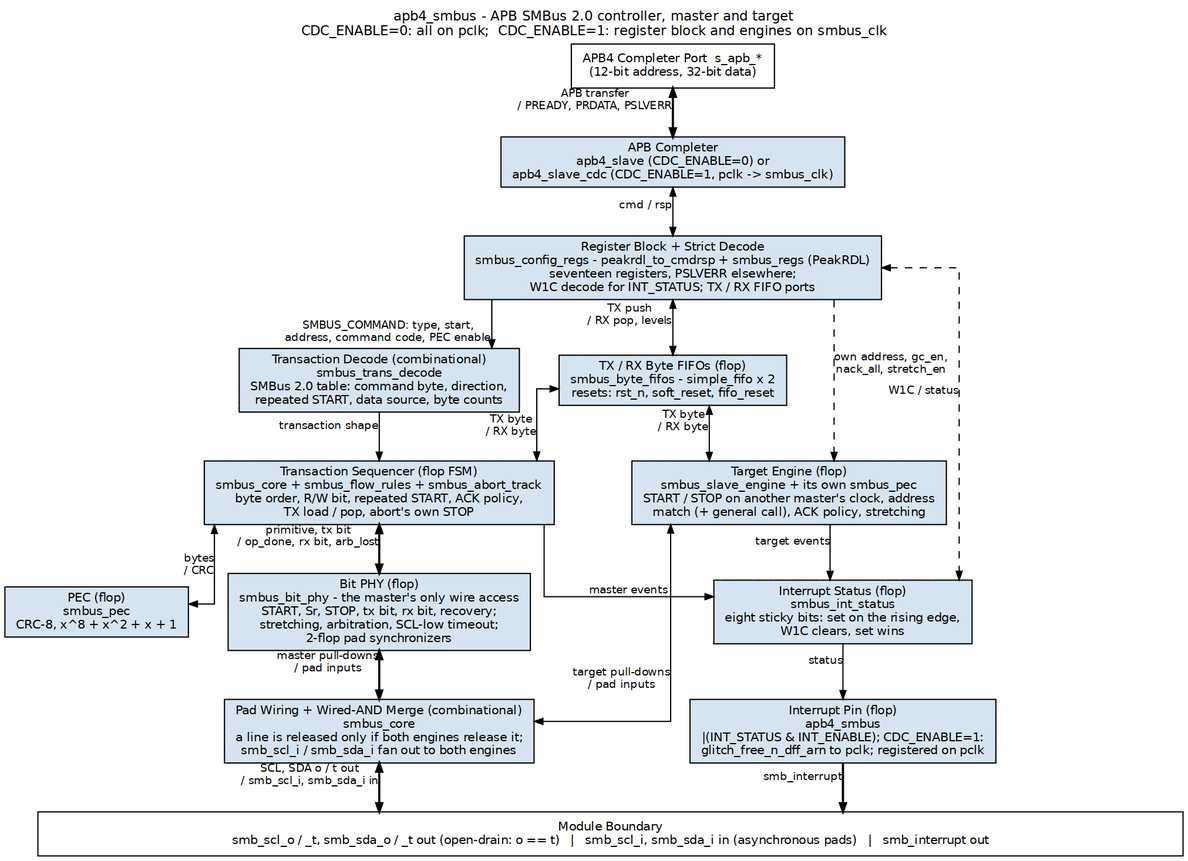
The Graphviz diagram projects/components/legacy-ip/retro_legacy_blocks/docs/smbus_mas/assets/graphviz/smbus_whole_unit.png in sean-galloway/RTLDesignSherpa, before a commit. Its source is kept beside it as projects/components/legacy-ip/retro_legacy_blocks/docs/smbus_mas/assets/graphviz/smbus_whole_unit.dot.
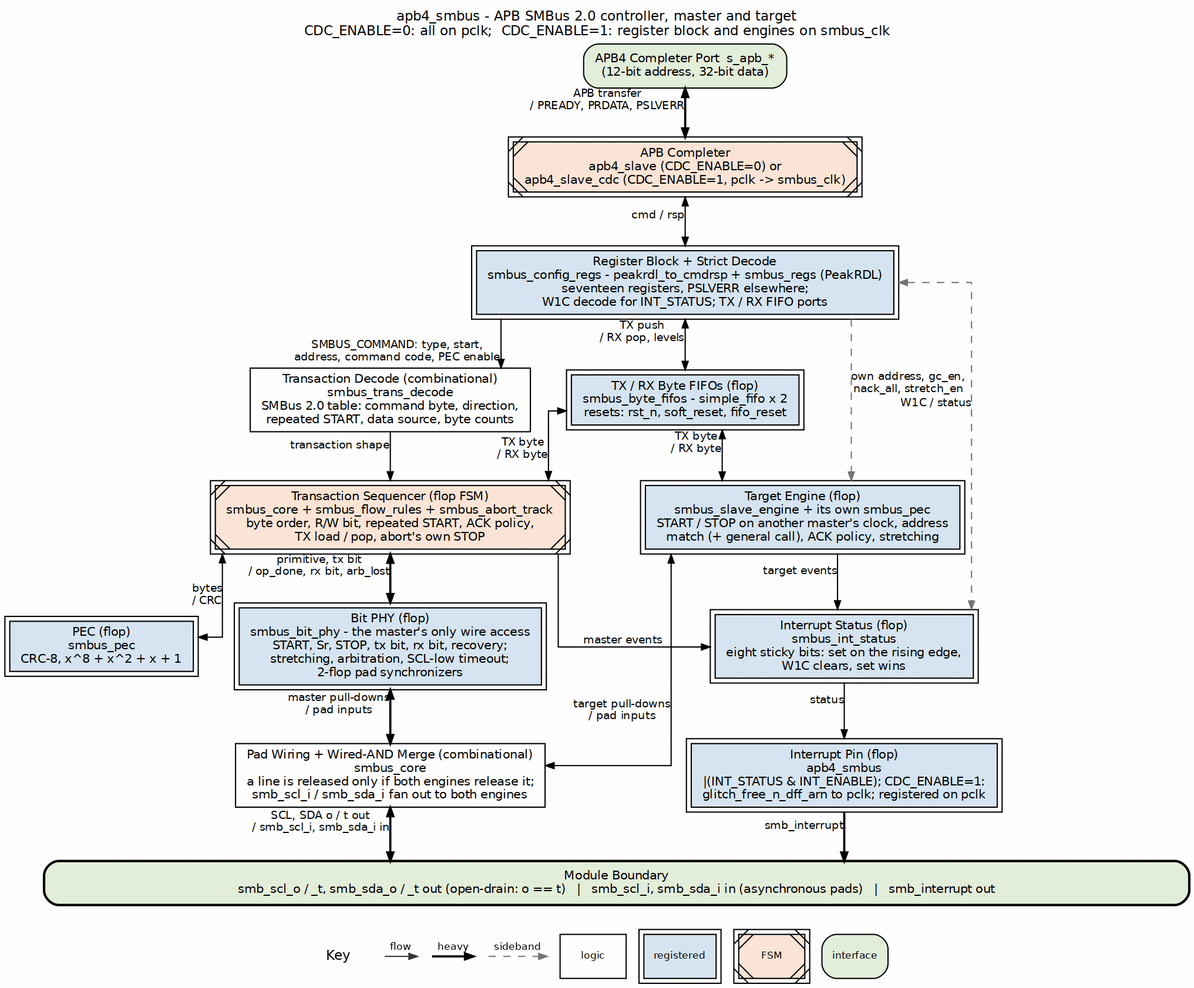
Later version of the same file.

Diff of the diagram source:
```diff
@@ -1,31 +1,31 @@
 digraph smbus_whole_unit {
     graph [rankdir=TB, bgcolor="white", fontname="Helvetica", fontsize=11,
-           nodesep="0.45", ranksep="0.55", splines=ortho, newrank=true,
+           nodesep="0.40", ranksep="0.55", splines=ortho, newrank=true,
            label="apb4_smbus - APB SMBus 2.0 controller, master and target\nCDC_ENABLE=0: all on pclk;  CDC_ENABLE=1: register block and engines on smbus_clk",
            labelloc=t, labeljust=c];
     node  [fontname="Helvetica", fontsize=10, shape=box, style=filled,
-           fillcolor="#D6E4F0", color="black", margin="0.12,0.06"];
+           fillcolor="white", color="black", margin="0.12,0.06"];
     edge  [fontname="Helvetica", fontsize=9, color="black", arrowsize=0.7];
 
-    apb  [group=C, fillcolor="white", label="APB4 Completer Port  s_apb_*\n(12-bit address, 32-bit data)"];
-    slv  [group=C, label="APB Completer\napb4_slave (CDC_ENABLE=0) or\napb4_slave_cdc (CDC_ENABLE=1, pclk -> smbus_clk)"];
-    regs [group=C, label="Register Block + Strict Decode\nsmbus_config_regs - peakrdl_to_cmdrsp + smbus_regs (PeakRDL)\nseventeen registers, PSLVERR elsewhere;\nW1C decode for INT_STATUS; TX / RX FIFO ports"];
+    apb  [group=C, fillcolor="white", label="APB4 Completer Port  s_apb_*\n(12-bit address, 32-bit data)", style="rounded,filled", fillcolor="#E2EFDA"];
+    slv  [group=C, label="APB Completer\napb4_slave (CDC_ENABLE=0) or\napb4_slave_cdc (CDC_ENABLE=1, pclk -> smbus_clk)", peripheries=2, style="filled,diagonals", fillcolor="#FCE4D6"];
+    regs [group=C, label="Register Block + Strict Decode\nsmbus_config_regs - peakrdl_to_cmdrsp + smbus_regs (PeakRDL)\nseventeen registers, PSLVERR elsewhere;\nW1C decode for INT_STATUS; TX / RX FIFO ports", peripheries=2, style="filled", fillcolor="#D6E4F0"];
 
-    tdec [group=L, label="Transaction Decode (combinational)\nsmbus_trans_decode\nSMBus 2.0 table: command byte, direction,\nrepeated START, data source, byte counts"];
-    fifo [group=C, label="TX / RX Byte FIFOs (flop)\nsmbus_byte_fifos - simple_fifo x 2\nresets: rst_n, soft_reset, fifo_reset"];
+    tdec [group=L, label="Transaction Decode (combinational)\nsmbus_trans_decode\nSMBus 2.0 table: command byte, direction,\nrepeated START, data source, byte counts", style="filled", fillcolor="white"];
+    fifo [group=C, label="TX / RX Byte FIFOs (flop)\nsmbus_byte_fifos - simple_fifo x 2\nresets: rst_n, soft_reset, fifo_reset", peripheries=2, style="filled", fillcolor="#D6E4F0"];
 
-    seq  [group=L, label="Transaction Sequencer (flop FSM)\nsmbus_core + smbus_flow_rules + smbus_abort_track\nbyte order, R/W bit, repeated START, ACK policy,\nTX load / pop, abort's own STOP"];
-    tgt  [group=R, label="Target Engine (flop)\nsmbus_slave_engine + its own smbus_pec\nSTART / STOP on another master's clock, address\nmatch (+ general call), ACK policy, stretching"];
+    seq  [group=L, label="Transaction Sequencer (flop FSM)\nsmbus_core + smbus_flow_rules + smbus_abort_track\nbyte order, R/W bit, repeated START, ACK policy,\nTX load / pop, abort's own STOP", peripheries=2, style="filled,diagonals", fillcolor="#FCE4D6"];
+    tgt  [group=R, label="Target Engine (flop)\nsmbus_slave_engine + its own smbus_pec\nSTART / STOP on another master's clock, address\nmatch (+ general call), ACK policy, stretching", peripheries=2, style="filled", fillcolor="#D6E4F0"];
 
-    pec  [group=LL, label="PEC (flop)\nsmbus_pec\nCRC-8, x^8 + x^2 + x + 1"];
-    phy  [group=L, label="Bit PHY (flop)\nsmbus_bit_phy - the master's only wire access\nSTART, Sr, STOP, tx bit, rx bit, recovery;\nstretching, arbitration, SCL-low timeout;\n2-flop pad synchronizers"];
-    ist  [group=RR, label="Interrupt Status (flop)\nsmbus_int_status\neight sticky bits: set on the rising edge,\nW1C clears, set wins"];
+    pec  [group=LL, label="PEC (flop)\nsmbus_pec\nCRC-8, x^8 + x^2 + x + 1", peripheries=2, style="filled", fillcolor="#D6E4F0"];
+    phy  [group=L, label="Bit PHY (flop)\nsmbus_bit_phy - the master's only wire access\nSTART, Sr, STOP, tx bit, rx bit, recovery;\nstretching, arbitration, SCL-low timeout;\n2-flop pad synchronizers", peripheries=2, style="filled", fillcolor="#D6E4F0"];
+    ist  [group=RR, label="Interrupt Status (flop)\nsmbus_int_status\neight sticky bits: set on the rising edge,\nW1C clears, set wins", peripheries=2, style="filled", fillcolor="#D6E4F0"];
 
-    mrg  [group=L, label="Pad Wiring + Wired-AND Merge (combinational)\nsmbus_core\na line is released only if both engines release it;\nsmb_scl_i / smb_sda_i fan out to both engines"];
-    ipin [group=RR, label="Interrupt Pin (flop)\napb4_smbus\n|(INT_STATUS & INT_ENABLE); CDC_ENABLE=1:\nglitch_free_n_dff_arn to pclk; registered on pclk"];
+    mrg  [group=L, label="Pad Wiring + Wired-AND Merge (combinational)\nsmbus_core\na line is released only if both engines release it;\nsmb_scl_i / smb_sda_i fan out to both engines", style="filled", fillcolor="white"];
+    ipin [group=RR, label="Interrupt Pin (flop)\napb4_smbus\n|(INT_STATUS & INT_ENABLE); CDC_ENABLE=1:\nglitch_free_n_dff_arn to pclk; registered on pclk", peripheries=2, style="filled", fillcolor="#D6E4F0"];
 
     bar  [group=C, fillcolor="white", width=13.0,
-          label="Module Boundary\nsmb_scl_o / _t, smb_sda_o / _t out (open-drain: o == t)   |   smb_scl_i, smb_sda_i in (asynchronous pads)   |   smb_interrupt out"];
+          label="Module Boundary\nsmb_scl_o / _t, smb_sda_o / _t out (open-drain: o == t)   |   smb_scl_i, smb_sda_i in (asynchronous pads)   |   smb_interrupt out", style="rounded,filled,bold", fillcolor="#E2EFDA"];
 
     apb  -> slv  [dir=both, penwidth=1.8, xlabel="APB transfer\n/ PREADY, PRDATA, PSLVERR"];
     slv  -> regs [dir=both, xlabel="cmd / rsp"];
@@ -41,12 +41,12 @@
     fifo -> seq  [dir=both, xlabel="TX byte\n/ RX byte"];
     fifo -> tgt  [dir=both, xlabel="TX byte\n/ RX byte"];
 
-    regs -> tgt  [style=dashed, xlabel="own address, gc_en,\nnack_all, stretch_en"];
+    regs -> tgt  [style=dashed, color="#777777", xlabel="own address, gc_en,\nnack_all, stretch_en"];
     tgt  -> mrg  [dir=both, xlabel="target pull-downs\n/ pad inputs"];
 
     seq  -> ist  [xlabel="master events"];
     tgt  -> ist  [xlabel="target events"];
-    regs -> ist  [dir=both, style=dashed, constraint=false, xlabel="W1C / status"];
+    regs -> ist  [dir=both, style=dashed, color="#777777", constraint=false, xlabel="W1C / status"];
     ist  -> ipin [xlabel="status"];
     ipin -> bar  [penwidth=1.8, xlabel="smb_interrupt"];
 
```
